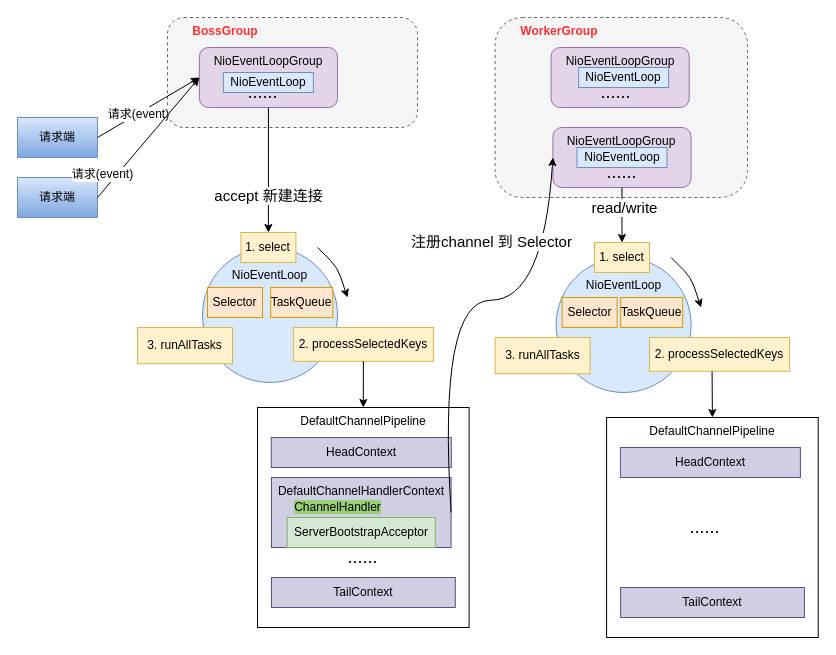
Earlier version of the draw.io diagram Netty architecture.drawio (yang00-74/flowchart). Source tidied: cells renumbered, new cells numbered last; positions are measured from the earlier drawing's top-left corner, leaving out a move shared by most shapes. Both pictures are drawn from the tidied source at 100%, with x=0, y=0 at pixel (17, 17).
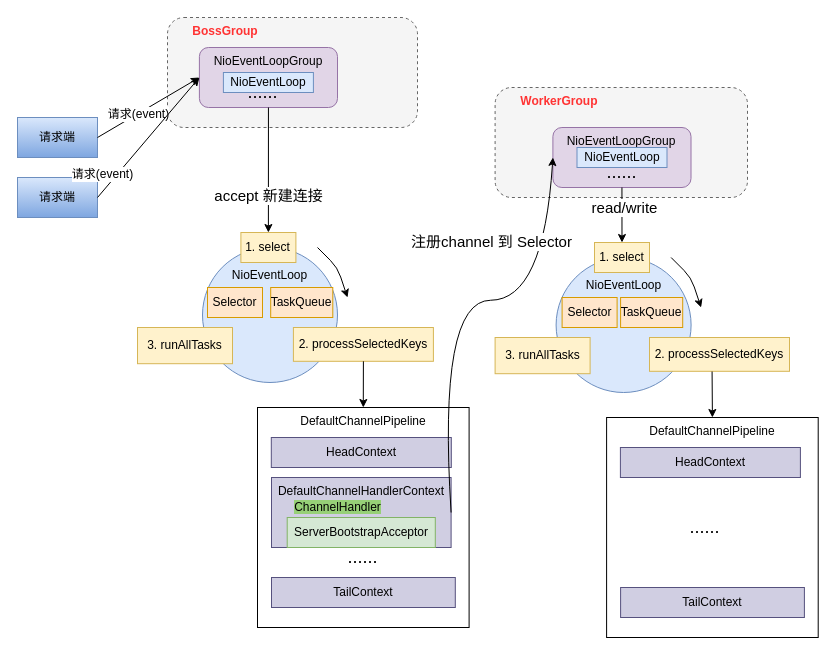
The same page after the edit.

Commit message (it also covers changes not shown here):
Feature - update IO model

The edit, as a diff of the source:
```diff
@@
     <mxCell id="4" value="&lt;b&gt;&lt;font color=&quot;#ff3333&quot;&gt;&amp;nbsp; &amp;nbsp; &amp;nbsp; &amp;nbsp;WorkerGroup&lt;/font&gt;&lt;/b&gt;" style="rounded=1;whiteSpace=wrap;html=1;verticalAlign=top;align=left;dashed=1;fillColor=#f5f5f5;strokeColor=#666666;fontColor=#333333;" parent="1" vertex="1">
-      <mxGeometry x="477.6" width="252.4" height="180" as="geometry" />
+      <mxGeometry x="477.6" y="70" width="252.4" height="110" as="geometry" />
     </mxCell>
@@
-    <mxCell id="23" value="NioEventLoopGroup" style="rounded=1;whiteSpace=wrap;html=1;verticalAlign=top;fillColor=#e1d5e7;strokeColor=#9673a6;" parent="1" vertex="1">
-      <mxGeometry x="533.6" y="30" width="138.1" height="60" as="geometry" />
-    </mxCell>
@@
-    <mxCell id="40" value="......" style="text;html=1;align=center;verticalAlign=middle;fontSize=18;" parent="1" vertex="1">
-      <mxGeometry x="572.6" y="60" width="50" height="30" as="geometry" />
-    </mxCell>
@@
-    <mxCell id="49" value="NioEventLoop" style="rounded=0;whiteSpace=wrap;html=1;fillColor=#dae8fc;strokeColor=#6c8ebf;" parent="1" vertex="1">
-      <mxGeometry x="561.1" y="50" width="90" height="20" as="geometry" />
-    </mxCell>
```
